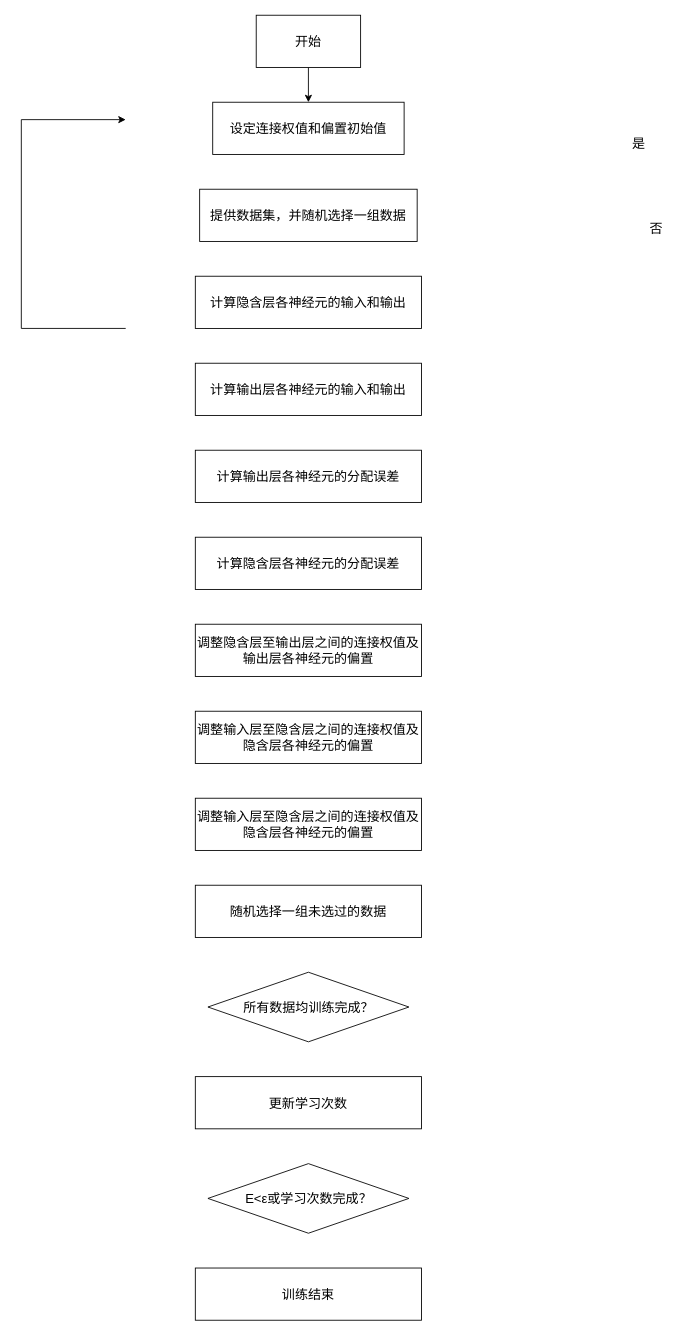
This is BP算法计算步骤.drawio from dtfjn156/flowChat, a draw.io file, before an edit. Source tidied: cells renumbered, new cells numbered last; positions are measured from the earlier drawing's top-left corner, leaving out a move shared by most shapes. Both pictures are drawn from the tidied source at 87%, with x=0, y=0 at pixel (21, 15).
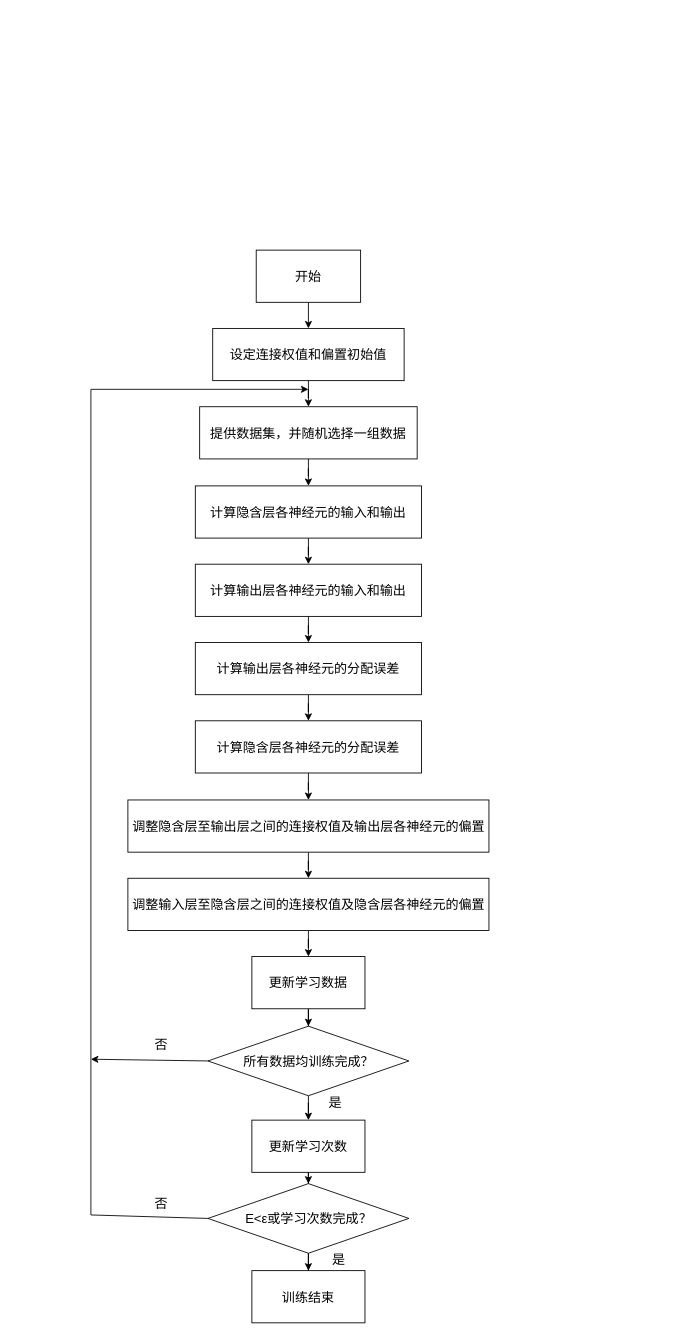
The same page after the edit.

Commit message:
更新BP算法计算步骤.drawio

What changed in the source:
```diff
@@
     <mxCell id="3" value="&lt;font style=&quot;font-size: 15px;&quot;&gt;开始&lt;/font&gt;" style="rounded=0;whiteSpace=wrap;html=1;" parent="1" vertex="1">
-      <mxGeometry x="270" width="120" height="60" as="geometry" />
+      <mxGeometry x="270" y="270" width="120" height="60" as="geometry" />
     </mxCell>
+    <mxCell id="21" style="edgeStyle=orthogonalEdgeStyle;rounded=0;jettySize=auto;html=1;" parent="1" edge="1" source="4" target="7">
+      <mxGeometry relative="1" as="geometry" />
+    </mxCell>
     <mxCell id="4" value="设定连接权值和偏置初始值" style="rounded=0;whiteSpace=wrap;html=1;fontSize=15;" parent="1" vertex="1">
-      <mxGeometry x="220" y="100" width="220" height="60" as="geometry" />
+      <mxGeometry x="220" y="360" width="220" height="60" as="geometry" />
     </mxCell>
+    <mxCell id="22" style="edgeStyle=orthogonalEdgeStyle;rounded=0;jettySize=auto;html=1;" parent="1" edge="1" source="5" target="18">
+      <mxGeometry relative="1" as="geometry" />
+    </mxCell>
     <mxCell id="5" value="所有数据均训练完成？" style="rhombus;whiteSpace=wrap;html=1;fontSize=15;" parent="1" vertex="1">
-      <mxGeometry x="214.5" y="1100" width="231" height="80" as="geometry" />
+      <mxGeometry x="214.5" y="1162" width="231" height="80" as="geometry" />
     </mxCell>
+    <mxCell id="23" style="edgeStyle=orthogonalEdgeStyle;rounded=0;jettySize=auto;html=1;" parent="1" edge="1" source="6" target="11">
+      <mxGeometry relative="1" as="geometry" />
+    </mxCell>
     <mxCell id="6" value="计算隐含层各神经元的输入和输出" style="rounded=0;whiteSpace=wrap;html=1;fontSize=15;" parent="1" vertex="1">
-      <mxGeometry x="200" y="300" width="260" height="60" as="geometry" />
+      <mxGeometry x="200" y="541" width="260" height="60" as="geometry" />
     </mxCell>
+    <mxCell id="24" style="edgeStyle=orthogonalEdgeStyle;rounded=0;jettySize=auto;html=1;" parent="1" edge="1" source="7" target="6">
+      <mxGeometry relative="1" as="geometry" />
+    </mxCell>
     <mxCell id="7" value="提供数据集，并随机选择一组数据" style="rounded=0;whiteSpace=wrap;html=1;fontSize=15;" parent="1" vertex="1">
-      <mxGeometry x="205" y="200" width="250" height="60" as="geometry" />
+      <mxGeometry x="205" y="450" width="250" height="60" as="geometry" />
     </mxCell>
-    <mxCell id="8" style="endArrow=classic;html=1;rounded=0;exitX=0;exitY=0.5;exitDx=0;exitDy=0;entryX=0;entryY=0.5;entryDx=0;entryDy=0;" parent="1" edge="1">
+    <mxCell id="8" style="endArrow=classic;html=1;rounded=0;exitX=0;exitY=0.5;exitDx=0;exitDy=0;" parent="1" edge="1" source="20">
       <mxGeometry relative="1" as="geometry">
-        <mxPoint x="120" y="360" as="sourcePoint" />
-        <mxPoint x="120" y="120" as="targetPoint" />
+        <mxPoint x="330" y="430" as="targetPoint" />
         <Array as="points">
-          <mxPoint y="360" />
-          <mxPoint y="120" />
+          <mxPoint x="80" y="1379" />
+          <mxPoint x="80" y="430" />
         </Array>
       </mxGeometry>
     </mxCell>
     <mxCell id="9" value="否" style="text;html=1;align=center;verticalAlign=middle;whiteSpace=wrap;rounded=0;fontSize=15;" parent="1" vertex="1">
-      <mxGeometry x="700" y="230" width="60" height="30" as="geometry" />
+      <mxGeometry x="131" y="1350" width="60" height="30" as="geometry" />
     </mxCell>
-    <mxCell id="10" value="是" style="text;html=1;align=center;verticalAlign=middle;whiteSpace=wrap;rounded=0;fontSize=15;" parent="1" vertex="1">
-      <mxGeometry x="680" y="134" width="60" height="26" as="geometry" />
+    <mxCell id="10" value="否" style="text;html=1;align=center;verticalAlign=middle;whiteSpace=wrap;rounded=0;fontSize=15;" parent="1" vertex="1">
+      <mxGeometry x="131" y="1170" width="60" height="26" as="geometry" />
     </mxCell>
+    <mxCell id="25" style="edgeStyle=orthogonalEdgeStyle;rounded=0;jettySize=auto;html=1;" parent="1" edge="1" source="11" target="12">
+      <mxGeometry relative="1" as="geometry" />
+    </mxCell>
     <mxCell id="11" value="计算输出层各神经元的输入和输出" style="rounded=0;whiteSpace=wrap;html=1;fontSize=15;" parent="1" vertex="1">
-      <mxGeometry x="200" y="400" width="260" height="60" as="geometry" />
+      <mxGeometry x="200" y="631" width="260" height="60" as="geometry" />
     </mxCell>
+    <mxCell id="26" style="edgeStyle=orthogonalEdgeStyle;rounded=0;jettySize=auto;html=1;" parent="1" edge="1" source="12" target="13">
+      <mxGeometry relative="1" as="geometry" />
+    </mxCell>
     <mxCell id="12" value="计算输出层各神经元的分配误差" style="rounded=0;whiteSpace=wrap;html=1;fontSize=15;" parent="1" vertex="1">
-      <mxGeometry x="200" y="500" width="260" height="60" as="geometry" />
+      <mxGeometry x="200" y="721" width="260" height="60" as="geometry" />
     </mxCell>
+    <mxCell id="27" style="edgeStyle=orthogonalEdgeStyle;rounded=0;jettySize=auto;html=1;" parent="1" edge="1" source="13" target="14">
+      <mxGeometry relative="1" as="geometry" />
+    </mxCell>
     <mxCell id="13" value="计算隐含层各神经元的分配误差" style="rounded=0;whiteSpace=wrap;html=1;fontSize=15;" parent="1" vertex="1">
-      <mxGeometry x="200" y="600" width="260" height="60" as="geometry" />
+      <mxGeometry x="200" y="811" width="260" height="60" as="geometry" />
     </mxCell>
+    <mxCell id="28" style="edgeStyle=orthogonalEdgeStyle;rounded=0;jettySize=auto;html=1;" parent="1" edge="1" source="14" target="15">
+      <mxGeometry relative="1" as="geometry" />
+    </mxCell>
     <mxCell id="14" value="调整隐含层至输出层之间的连接权值及输出层各神经元的偏置" style="rounded=0;whiteSpace=wrap;html=1;fontSize=15;" parent="1" vertex="1">
-      <mxGeometry x="200" y="700" width="260" height="60" as="geometry" />
+      <mxGeometry x="122.5" y="902" width="415" height="60" as="geometry" />
     </mxCell>
+    <mxCell id="29" style="edgeStyle=orthogonalEdgeStyle;rounded=0;jettySize=auto;html=1;" parent="1" edge="1" source="15" target="17">
+      <mxGeometry relative="1" as="geometry" />
+    </mxCell>
+    <mxCell id="30" style="edgeStyle=orthogonalEdgeStyle;rounded=0;jettySize=auto;html=1;" parent="1" edge="1" source="15">
+      <mxGeometry relative="1" as="geometry" />
+    </mxCell>
     <mxCell id="15" value="调整输入层至隐含层之间的连接权值及隐含层各神经元的偏置" style="rounded=0;whiteSpace=wrap;html=1;fontSize=15;" parent="1" vertex="1">
-      <mxGeometry x="200" y="800" width="260" height="60" as="geometry" />
+      <mxGeometry x="122.5" y="992" width="415" height="60" as="geometry" />
     </mxCell>
-    <mxCell id="16" value="调整输入层至隐含层之间的连接权值及隐含层各神经元的偏置" style="rounded=0;whiteSpace=wrap;html=1;fontSize=15;" parent="1" vertex="1">
-      <mxGeometry x="200" y="900" width="260" height="60" as="geometry" />
-    </mxCell>
+    <mxCell id="31" style="edgeStyle=orthogonalEdgeStyle;rounded=0;jettySize=auto;html=1;" parent="1" edge="1" source="17" target="5">
+      <mxGeometry relative="1" as="geometry" />
+    </mxCell>
+    <mxCell id="32" style="edgeStyle=orthogonalEdgeStyle;rounded=0;jettySize=auto;html=1;" parent="1" edge="1" target="17">
+      <mxGeometry relative="1" as="geometry" />
+    </mxCell>
-    <mxCell id="17" value="随机选择一组未选过的数据" style="rounded=0;whiteSpace=wrap;html=1;fontSize=15;" parent="1" vertex="1">
-      <mxGeometry x="200" y="1000" width="260" height="60" as="geometry" />
+    <mxCell id="17" value="更新学习数据" style="rounded=0;whiteSpace=wrap;html=1;fontSize=15;" parent="1" vertex="1">
+      <mxGeometry x="265" y="1082" width="130" height="60" as="geometry" />
     </mxCell>
+    <mxCell id="33" style="edgeStyle=orthogonalEdgeStyle;rounded=0;jettySize=auto;html=1;" parent="1" edge="1" source="18" target="20">
+      <mxGeometry relative="1" as="geometry" />
+    </mxCell>
     <mxCell id="18" value="更新学习次数" style="rounded=0;whiteSpace=wrap;html=1;fontSize=15;" parent="1" vertex="1">
-      <mxGeometry x="200" y="1220" width="260" height="60" as="geometry" />
+      <mxGeometry x="265" y="1270" width="130" height="60" as="geometry" />
     </mxCell>
     <mxCell id="19" value="训练结束" style="rounded=0;whiteSpace=wrap;html=1;fontSize=15;" parent="1" vertex="1">
-      <mxGeometry x="200" y="1440" width="260" height="60" as="geometry" />
+      <mxGeometry x="265" y="1443" width="130" height="60" as="geometry" />
     </mxCell>
+    <mxCell id="34" style="edgeStyle=orthogonalEdgeStyle;rounded=0;jettySize=auto;html=1;" parent="1" edge="1" source="20" target="19">
+      <mxGeometry relative="1" as="geometry" />
+    </mxCell>
     <mxCell id="20" value="E&amp;lt;ε或学习次数完成？" style="rhombus;whiteSpace=wrap;html=1;fontSize=15;" parent="1" vertex="1">
-      <mxGeometry x="214.5" y="1320" width="231" height="80" as="geometry" />
+      <mxGeometry x="214.5" y="1343" width="231" height="80" as="geometry" />
     </mxCell>
+    <mxCell id="35" style="endArrow=classic;html=1;rounded=0;exitX=0;exitY=0.5;exitDx=0;exitDy=0;" parent="1" edge="1" source="5">
+      <mxGeometry relative="1" as="geometry">
+        <mxPoint x="80" y="1200" as="targetPoint" />
+      </mxGeometry>
+    </mxCell>
+    <mxCell id="36" value="是" style="text;html=1;align=center;verticalAlign=middle;whiteSpace=wrap;rounded=0;fontSize=15;" parent="1" vertex="1">
+      <mxGeometry x="331" y="1236" width="60" height="26" as="geometry" />
+    </mxCell>
+    <mxCell id="37" value="是" style="text;html=1;align=center;verticalAlign=middle;whiteSpace=wrap;rounded=0;fontSize=15;" parent="1" vertex="1">
+      <mxGeometry x="335" y="1417" width="60" height="26" as="geometry" />
+    </mxCell>
```
